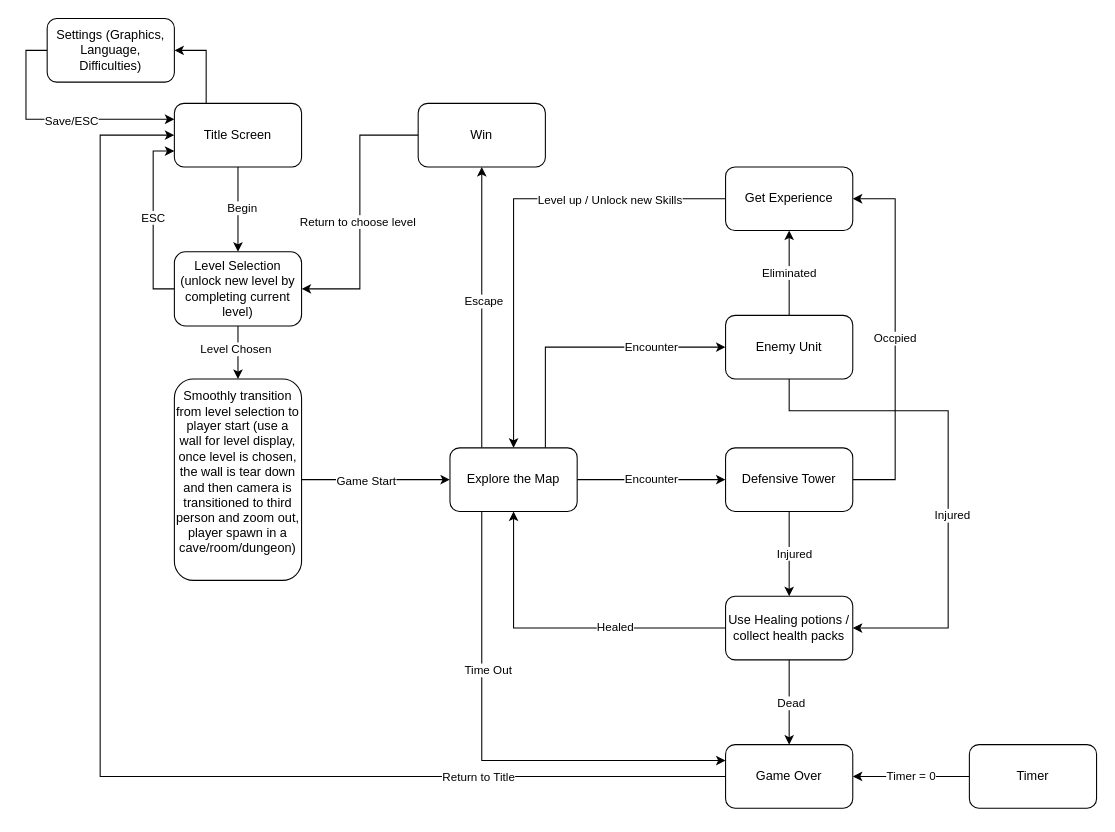
songjian0127/HTML- keeps this draw.io diagram as Untitled Diagram.drawio. Above is the earlier version. Source tidied: cells renumbered, new cells numbered last; positions are measured from the earlier drawing's top-left corner, leaving out a move shared by most shapes. Both pictures are drawn from the tidied source at 106%, with x=0, y=0 at pixel (47, 18).
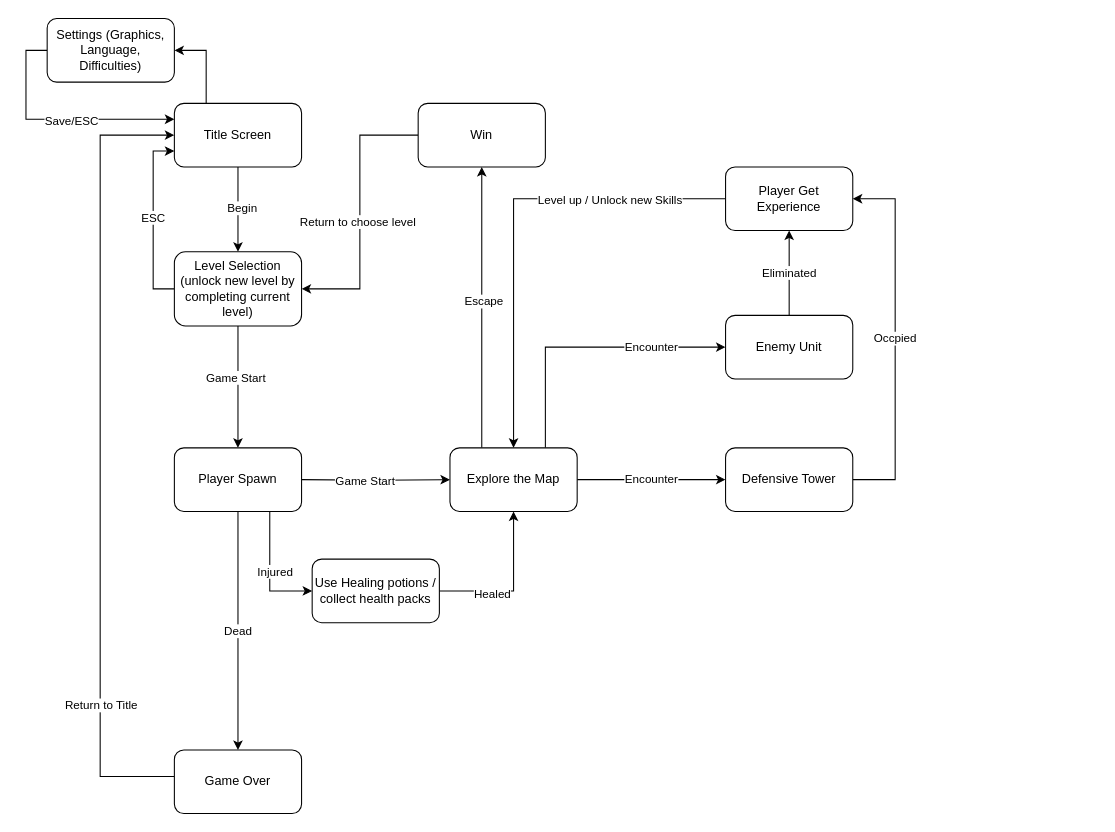
The same diagram, later.

The change refers to these unchanged cells:
```xml
<mxCell id="13" value="Level Selection&lt;br&gt;(unlock new level by completing current level)" style="rounded=1;whiteSpace=wrap;html=1;" parent="1" vertex="1">
  <mxGeometry x="120" y="220" width="120" height="70" as="geometry" />
</mxCell>
<mxCell id="23" value="Explore the Map" style="whiteSpace=wrap;html=1;rounded=1;" parent="1" vertex="1">
  <mxGeometry x="380" y="405" width="120" height="60" as="geometry" />
</mxCell>
<mxCell id="41" value="Enemy Unit" style="whiteSpace=wrap;html=1;rounded=1;" parent="1" vertex="1">
  <mxGeometry x="640" y="280" width="120" height="60" as="geometry" />
</mxCell>
<mxCell id="45" value="Defensive Tower" style="whiteSpace=wrap;html=1;rounded=1;" parent="1" vertex="1">
  <mxGeometry x="640" y="405" width="120" height="60" as="geometry" />
</mxCell>
```

What changed in the source:
```diff
@@
-    <mxCell id="9" style="edgeStyle=orthogonalEdgeStyle;rounded=0;jettySize=auto;html=1;exitX=0.5;exitY=1;exitDx=0;exitDy=0;" parent="1" edge="1" source="13" target="16">
+    <mxCell id="9" style="edgeStyle=orthogonalEdgeStyle;rounded=0;jettySize=auto;html=1;exitX=0.5;exitY=1;exitDx=0;exitDy=0;entryX=0.5;entryY=0;entryDx=0;entryDy=0;" parent="1" edge="1" source="13" target="48">
       <mxGeometry relative="1" as="geometry" />
     </mxCell>
-    <mxCell id="10" value="Level Chosen" style="edgeLabel;html=1;align=center;verticalAlign=middle;" parent="9" vertex="1">
+    <mxCell id="10" value="Game Start" style="edgeLabel;html=1;align=center;verticalAlign=middle;" parent="9" vertex="1">
       <mxGeometry x="-0.17" y="-3" relative="1" as="geometry" />
     </mxCell>
@@
-    <mxCell id="14" style="edgeStyle=orthogonalEdgeStyle;rounded=0;jettySize=auto;html=1;" parent="1" edge="1" source="16" target="23">
-      <mxGeometry relative="1" as="geometry" />
+    <mxCell id="14" style="edgeStyle=orthogonalEdgeStyle;rounded=0;jettySize=auto;html=1;" parent="1" edge="1" target="23">
+      <mxGeometry relative="1" as="geometry">
+        <mxPoint x="240" y="435" as="sourcePoint" />
+      </mxGeometry>
     </mxCell>
@@
-    <mxCell id="16" value="Smoothly transition from level selection to player start (use a wall for level display, once level is chosen, the wall is tear down and then camera is transitioned to third person and zoom out, player spawn in a cave/room/dungeon)&lt;div&gt;&lt;br&gt;&lt;/div&gt;" style="whiteSpace=wrap;html=1;rounded=1;" parent="1" vertex="1">
-      <mxGeometry x="120" y="340" width="120" height="190" as="geometry" />
-    </mxCell>
-    <mxCell id="17" style="edgeStyle=orthogonalEdgeStyle;rounded=0;jettySize=auto;html=1;exitX=0.25;exitY=1;exitDx=0;exitDy=0;entryX=0;entryY=0.25;entryDx=0;entryDy=0;" parent="1" edge="1" source="23" target="34">
-      <mxGeometry relative="1" as="geometry" />
-    </mxCell>
-    <mxCell id="18" value="Time Out" style="edgeLabel;html=1;align=center;verticalAlign=middle;" parent="17" vertex="1">
-      <mxGeometry x="-0.36" y="5" relative="1" as="geometry" />
-    </mxCell>
@@
-    <mxCell id="26" value="Get Experience" style="whiteSpace=wrap;html=1;rounded=1;" parent="1" vertex="1">
+    <mxCell id="26" value="Player Get Experience" style="whiteSpace=wrap;html=1;rounded=1;" parent="1" vertex="1">
       <mxGeometry x="640" y="140" width="120" height="60" as="geometry" />
     </mxCell>
-    <mxCell id="27" style="edgeStyle=orthogonalEdgeStyle;rounded=0;jettySize=auto;html=1;" parent="1" edge="1" source="31" target="34">
-      <mxGeometry relative="1" as="geometry" />
-    </mxCell>
-    <mxCell id="28" value="Dead" style="edgeLabel;html=1;align=center;verticalAlign=middle;" parent="27" vertex="1">
-      <mxGeometry x="0.01" y="1" relative="1" as="geometry" />
-    </mxCell>
@@
     <mxCell id="31" value="Use Healing potions / collect health packs" style="whiteSpace=wrap;html=1;rounded=1;" parent="1" vertex="1">
-      <mxGeometry x="640" y="545" width="120" height="60" as="geometry" />
+      <mxGeometry x="250" y="510" width="120" height="60" as="geometry" />
     </mxCell>
@@
     <mxCell id="34" value="Game Over" style="whiteSpace=wrap;html=1;rounded=1;" parent="1" vertex="1">
-      <mxGeometry x="640" y="685" width="120" height="60" as="geometry" />
+      <mxGeometry x="120" y="690" width="120" height="60" as="geometry" />
     </mxCell>
@@
-    <mxCell id="39" style="edgeStyle=orthogonalEdgeStyle;rounded=0;jettySize=auto;html=1;exitX=0.5;exitY=1;exitDx=0;exitDy=0;entryX=1;entryY=0.5;entryDx=0;entryDy=0;" parent="1" edge="1" source="41" target="31">
-      <mxGeometry relative="1" as="geometry">
-        <Array as="points">
-          <mxPoint x="700" y="370" />
-          <mxPoint x="850" y="370" />
-          <mxPoint x="850" y="575" />
-        </Array>
-      </mxGeometry>
-    </mxCell>
-    <mxCell id="40" value="Injured" style="edgeLabel;html=1;align=center;verticalAlign=middle;" parent="39" vertex="1">
-      <mxGeometry x="0.17" y="3" relative="1" as="geometry" />
-    </mxCell>
@@
-    <mxCell id="43" style="edgeStyle=orthogonalEdgeStyle;rounded=0;jettySize=auto;html=1;exitX=0.5;exitY=1;exitDx=0;exitDy=0;entryX=0.5;entryY=0;entryDx=0;entryDy=0;" parent="1" edge="1" source="45" target="31">
+    <mxCell id="43" style="edgeStyle=orthogonalEdgeStyle;rounded=0;jettySize=auto;html=1;exitX=0.75;exitY=1;exitDx=0;exitDy=0;entryX=0;entryY=0.5;entryDx=0;entryDy=0;" parent="1" edge="1" source="48" target="31">
       <mxGeometry relative="1" as="geometry" />
     </mxCell>
@@
-    <mxCell id="46" value="Timer = 0" style="edgeStyle=orthogonalEdgeStyle;rounded=0;jettySize=auto;html=1;exitX=0;exitY=0.5;exitDx=0;exitDy=0;entryX=1;entryY=0.5;entryDx=0;entryDy=0;" parent="1" edge="1" source="47" target="34">
-      <mxGeometry relative="1" as="geometry" />
-    </mxCell>
-    <mxCell id="47" value="Timer" style="whiteSpace=wrap;html=1;rounded=1;" parent="1" vertex="1">
-      <mxGeometry x="870" y="685" width="120" height="60" as="geometry" />
-    </mxCell>
+    <mxCell id="28" value="Dead" style="edgeStyle=orthogonalEdgeStyle;rounded=0;jettySize=auto;html=1;exitX=0.5;exitY=1;exitDx=0;exitDy=0;entryX=0.5;entryY=0;entryDx=0;entryDy=0;" parent="1" edge="1" source="48" target="34">
+      <mxGeometry relative="1" as="geometry" />
+    </mxCell>
+    <mxCell id="48" value="Player Spawn" style="whiteSpace=wrap;html=1;rounded=1;" parent="1" vertex="1">
+      <mxGeometry x="120" y="405" width="120" height="60" as="geometry" />
+    </mxCell>
```
